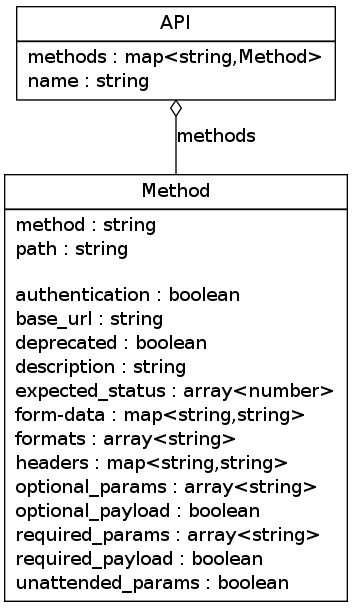
SPORE/specifications keeps this Graphviz diagram as uml/semantic_model.png. Above is the earlier version. Its source is kept beside it as uml/semantic_model.dot.
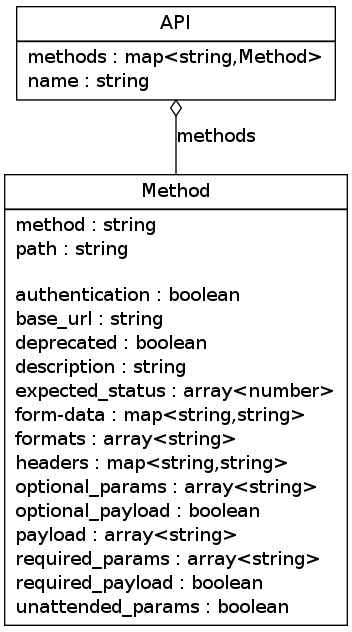
After the change.

Commit message:
add payload parameter

The edit, as a diff of the source:
```diff
@@ -9,6 +9,6 @@
         [label="methods", dir=back, arrowtail=odiamond];
 
     "Method"
-        [label="{\N|method : string\lpath : string\l\lauthentication : boolean\lbase_url : string\ldeprecated : boolean\ldescription : string\lexpected_status : array&lt;number&gt;\lform-data : map&lt;string,string&gt;\lformats : array&lt;string&gt;\lheaders : map&lt;string,string&gt;\loptional_params : array&lt;string&gt;\loptional_payload : boolean\lrequired_params : array&lt;string&gt;\lrequired_payload : boolean\lunattended_params : boolean\l}"];
+        [label="{\N|method : string\lpath : string\l\lauthentication : boolean\lbase_url : string\ldeprecated : boolean\ldescription : string\lexpected_status : array&lt;number&gt;\lform-data : map&lt;string,string&gt;\lformats : array&lt;string&gt;\lheaders : map&lt;string,string&gt;\loptional_params : array&lt;string&gt;\loptional_payload : boolean\lpayload : array&lt;string&gt;\lrequired_params : array&lt;string&gt;\lrequired_payload : boolean\lunattended_params : boolean\l}"];
 
 }
```
